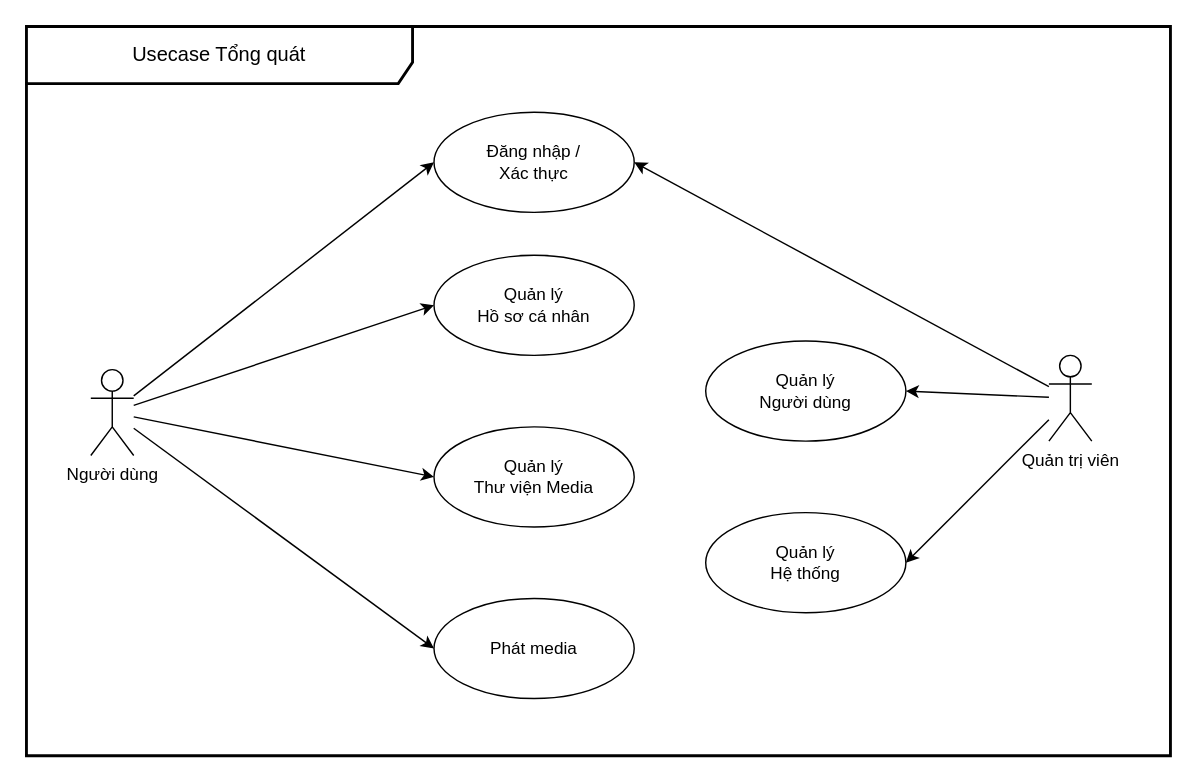
KMA-Final-Project/documents keeps this draw.io diagram as general_usecase.drawio. Above is the earlier version. Source tidied: cells renumbered, new cells numbered last; positions are measured from the earlier drawing's top-left corner, leaving out a move shared by most shapes. Both pictures are drawn from the tidied source at 143%, with x=0, y=0 at pixel (26, 26).
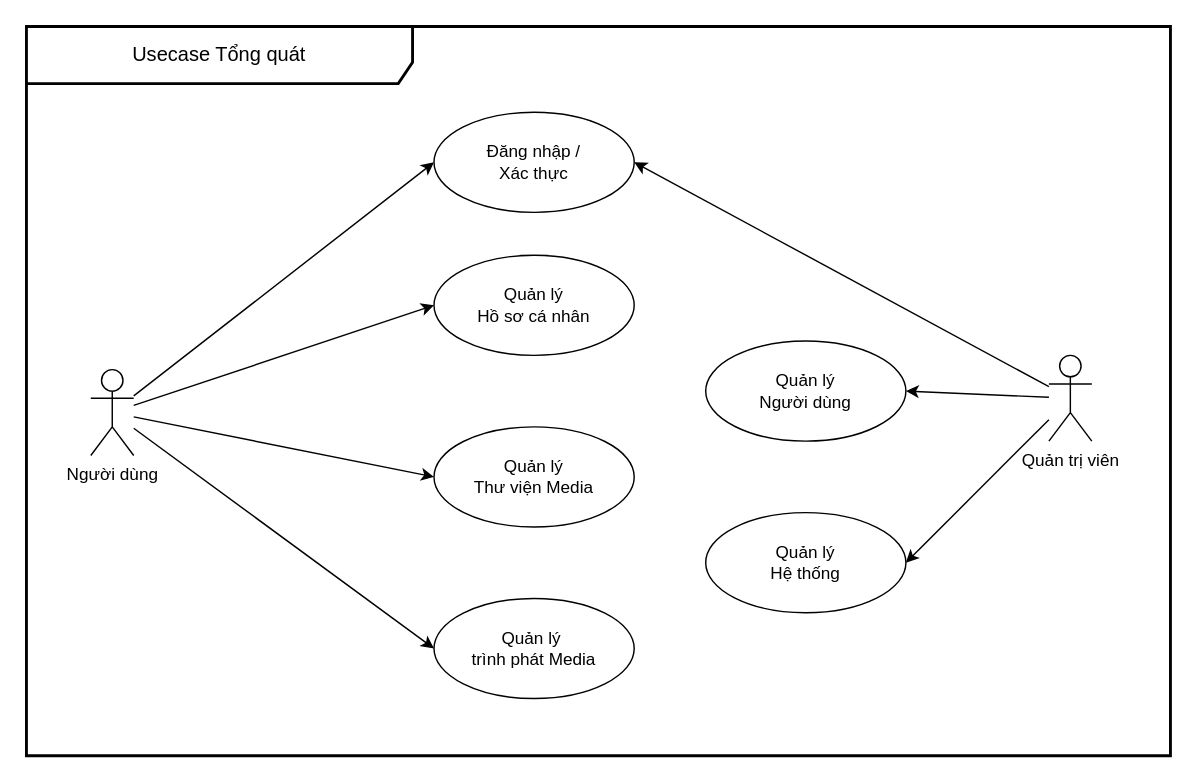
After the change.

Commit message (it also covers changes not shown here):
feat: :memo: add decomposed use case diagram for media player control

Change to the diagram source:
```diff
@@
 <mxGraphModel>
   <root>
     <mxCell id="0" />
     <mxCell id="1" parent="0" />
     <mxCell id="2" value="&lt;span style=&quot;font-size: 14px;&quot;&gt;Usecase Tổng quát&lt;/span&gt;" style="shape=umlFrame;whiteSpace=wrap;html=1;width=270;height=40;strokeWidth=2;" parent="1" vertex="1">
       <mxGeometry width="800" height="510" as="geometry" />
     </mxCell>
     <mxCell id="3" value="Người dùng" style="shape=umlActor;verticalLabelPosition=bottom;verticalAlign=top;html=1;" parent="1" vertex="1">
       <mxGeometry x="45" y="240" width="30" height="60" as="geometry" />
     </mxCell>
     <mxCell id="4" value="Quản trị viên" style="shape=umlActor;verticalLabelPosition=bottom;verticalAlign=top;html=1;" parent="1" vertex="1">
       <mxGeometry x="715" y="230" width="30" height="60" as="geometry" />
     </mxCell>
     <mxCell id="5" value="Đăng nhập /&lt;br&gt;Xác thực" style="ellipse;whiteSpace=wrap;html=1;" parent="1" vertex="1">
       <mxGeometry x="285" y="60" width="140" height="70" as="geometry" />
     </mxCell>
     <mxCell id="6" value="Quản lý&lt;br&gt;Hồ sơ cá nhân" style="ellipse;whiteSpace=wrap;html=1;" parent="1" vertex="1">
       <mxGeometry x="285" y="160" width="140" height="70" as="geometry" />
     </mxCell>
     <mxCell id="7" value="Quản lý&lt;br&gt;Thư viện Media" style="ellipse;whiteSpace=wrap;html=1;" parent="1" vertex="1">
       <mxGeometry x="285" y="280" width="140" height="70" as="geometry" />
     </mxCell>
-    <mxCell id="8" value="Phát media" style="ellipse;whiteSpace=wrap;html=1;" parent="1" vertex="1">
+    <mxCell id="8" value="Quản lý&amp;nbsp;&lt;div&gt;trình phát Media&lt;/div&gt;" style="ellipse;whiteSpace=wrap;html=1;" parent="1" vertex="1">
       <mxGeometry x="285" y="400" width="140" height="70" as="geometry" />
     </mxCell>
     <mxCell id="9" value="Quản lý&lt;br&gt;Người dùng" style="ellipse;whiteSpace=wrap;html=1;" parent="1" vertex="1">
       <mxGeometry x="475" y="220" width="140" height="70" as="geometry" />
     </mxCell>
     <mxCell id="10" value="Quản lý&lt;br&gt;Hệ thống" style="ellipse;whiteSpace=wrap;html=1;" parent="1" vertex="1">
       <mxGeometry x="475" y="340" width="140" height="70" as="geometry" />
     </mxCell>
     <mxCell id="11" style="rounded=0;jettySize=auto;html=1;entryX=0;entryY=0.5;entryDx=0;entryDy=0;" parent="1" edge="1" source="3" target="5">
       <mxGeometry relative="1" as="geometry" />
     </mxCell>
     <mxCell id="12" style="rounded=0;jettySize=auto;html=1;entryX=0;entryY=0.5;entryDx=0;entryDy=0;" parent="1" edge="1" source="3" target="6">
       <mxGeometry relative="1" as="geometry" />
     </mxCell>
     <mxCell id="13" style="rounded=0;jettySize=auto;html=1;entryX=0;entryY=0.5;entryDx=0;entryDy=0;" parent="1" edge="1" source="3" target="7">
       <mxGeometry relative="1" as="geometry" />
     </mxCell>
     <mxCell id="14" style="rounded=0;jettySize=auto;html=1;entryX=0;entryY=0.5;entryDx=0;entryDy=0;" parent="1" edge="1" source="3" target="8">
       <mxGeometry relative="1" as="geometry" />
     </mxCell>
     <mxCell id="15" style="rounded=0;jettySize=auto;html=1;entryX=1;entryY=0.5;entryDx=0;entryDy=0;" parent="1" edge="1" source="4" target="5">
       <mxGeometry relative="1" as="geometry" />
     </mxCell>
     <mxCell id="16" style="rounded=0;jettySize=auto;html=1;entryX=1;entryY=0.5;entryDx=0;entryDy=0;" parent="1" edge="1" source="4" target="9">
       <mxGeometry relative="1" as="geometry" />
     </mxCell>
     <mxCell id="17" style="rounded=0;jettySize=auto;html=1;entryX=1;entryY=0.5;entryDx=0;entryDy=0;" parent="1" edge="1" source="4" target="10">
       <mxGeometry relative="1" as="geometry" />
     </mxCell>
   </root>
 </mxGraphModel>
```
